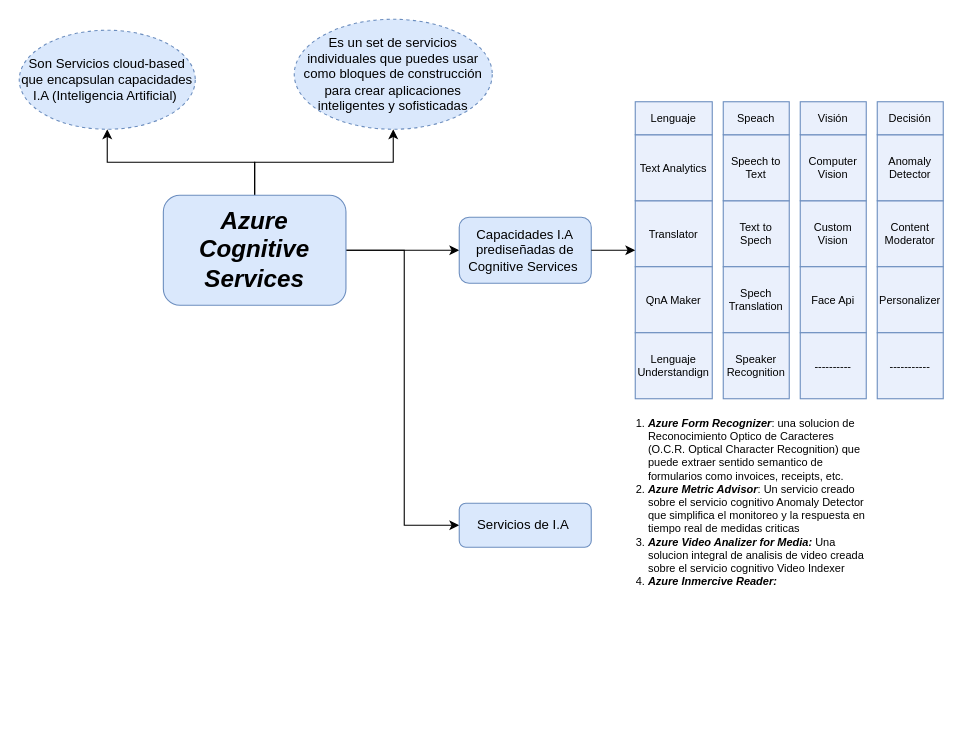
Above: Azure Cognitive Services.drawio in Redcouz/AzureDevOpsDiagram (draw.io), before the change. Source tidied: cells renumbered, new cells numbered last; positions are measured from the earlier drawing's top-left corner, leaving out a move shared by most shapes. Both pictures are drawn from the tidied source at 110%, with x=0, y=0 at pixel (19, 19).
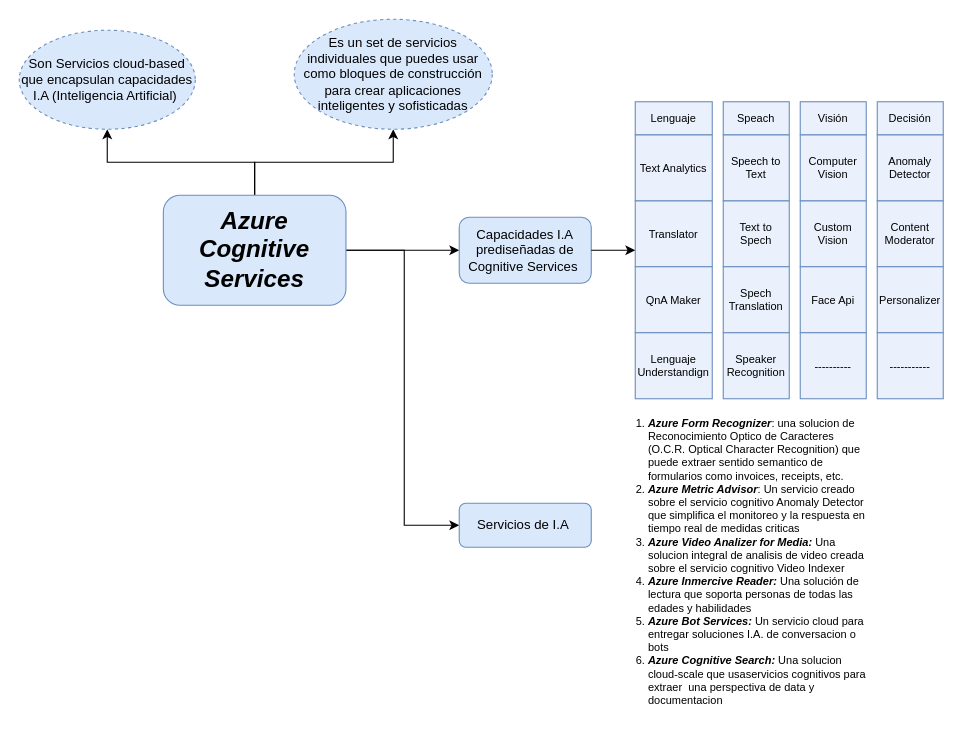
The same page after the edit.

Change to the diagram source:
```diff
@@
-    <mxCell id="32" value="&lt;ol&gt;&lt;li&gt;&lt;b&gt;&lt;i&gt;Azure Form Recognizer&lt;/i&gt;&lt;/b&gt;: una solucion de Reconocimiento Optico de Caracteres (O.C.R. Optical Character Recognition) que puede extraer sentido semantico de formularios como invoices, receipts, etc.&lt;/li&gt;&lt;li&gt;&lt;b&gt;&lt;i&gt;Azure Metric Advisor&lt;/i&gt;&lt;/b&gt;: Un servicio creado sobre el servicio cognitivo Anomaly Detector que simplifica el monitoreo y la respuesta en tiempo real de medidas criticas&lt;/li&gt;&lt;li&gt;&lt;i style=&quot;font-weight: bold&quot;&gt;Azure Video Analizer for Media: &lt;/i&gt;Una solucion integral de analisis de video creada sobre el servicio cognitivo Video Indexer&lt;/li&gt;&lt;li&gt;&lt;b&gt;&lt;i&gt;Azure Inmercive Reader:&lt;/i&gt;&lt;/b&gt;&lt;/li&gt;&lt;/ol&gt;" style="text;html=1;strokeColor=none;fillColor=none;align=left;verticalAlign=top;whiteSpace=wrap;rounded=0;fontSize=10;" parent="1" vertex="1">
+    <mxCell id="32" value="&lt;ol&gt;&lt;li&gt;&lt;b&gt;&lt;i&gt;Azure Form Recognizer&lt;/i&gt;&lt;/b&gt;: una solucion de Reconocimiento Optico de Caracteres (O.C.R. Optical Character Recognition) que puede extraer sentido semantico de formularios como invoices, receipts, etc.&lt;/li&gt;&lt;li&gt;&lt;b&gt;&lt;i&gt;Azure Metric Advisor&lt;/i&gt;&lt;/b&gt;: Un servicio creado sobre el servicio cognitivo Anomaly Detector que simplifica el monitoreo y la respuesta en tiempo real de medidas criticas&lt;/li&gt;&lt;li&gt;&lt;i style=&quot;font-weight: bold&quot;&gt;Azure Video Analizer for Media: &lt;/i&gt;Una solucion integral de analisis de video creada sobre el servicio cognitivo Video Indexer&lt;/li&gt;&lt;li&gt;&lt;i style=&quot;font-weight: bold&quot;&gt;Azure Inmercive Reader: &lt;/i&gt;Una solución de lectura que soporta personas de todas las edades y habilidades&lt;/li&gt;&lt;li&gt;&lt;i style=&quot;font-weight: bold&quot;&gt;Azure Bot Services: &lt;/i&gt;Un servicio cloud para entregar soluciones I.A. de conversacion o bots&lt;/li&gt;&lt;li&gt;&lt;i style=&quot;font-weight: bold&quot;&gt;Azure Cognitive Search: &lt;/i&gt;Una solucion cloud-scale que usaservicios cognitivos para extraer&amp;nbsp; una perspectiva de data y documentacion&lt;/li&gt;&lt;/ol&gt;" style="text;html=1;strokeColor=none;fillColor=none;align=left;verticalAlign=top;whiteSpace=wrap;rounded=0;fontSize=10;" parent="1" vertex="1">
       <mxGeometry x="530" y="345" width="240" height="270" as="geometry" />
     </mxCell>
```
